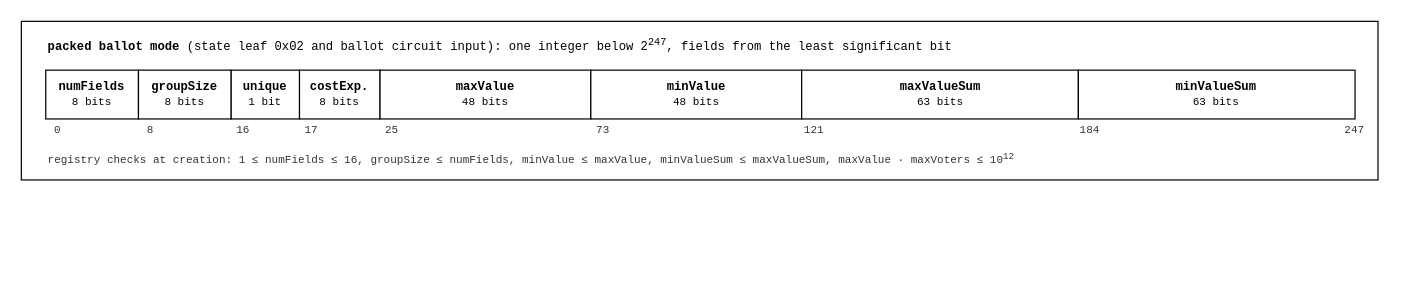
The draw.io diagram v2/figures/ballot-mode-packing.drawio in vocdoni/davinci-paper, before the edit. Source tidied: cells renumbered, new cells numbered last; positions are measured from the earlier drawing's top-left corner, leaving out a move shared by most shapes. Both pictures are drawn from the tidied source at 122%, with x=0, y=0 at pixel (21, 21).
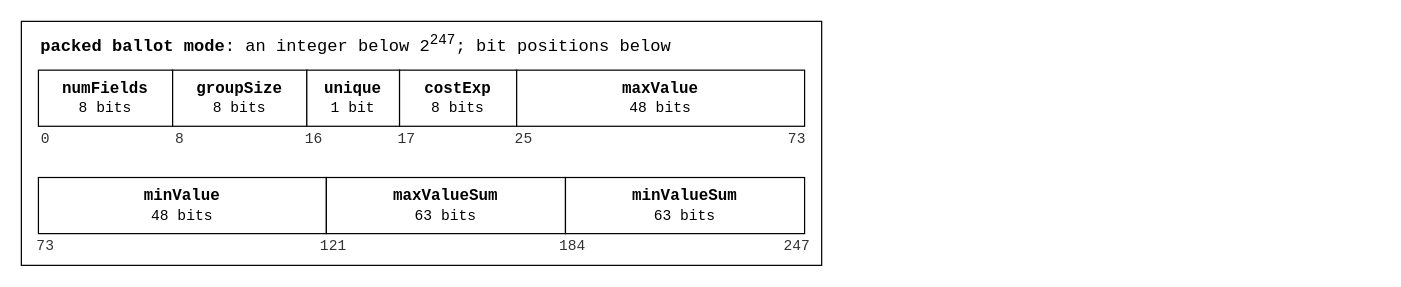
The same diagram, later.

Diff of the diagram source:
```diff
@@
+    <mxCell id="21" style="rounded=0;whiteSpace=wrap;html=1;fontSize=11;fillColor=none;strokeColor=#000000;fontFamily=Courier New;verticalAlign=top;align=center;spacingTop=4;spacingLeft=6;fontStyle=1;" parent="1" vertex="1">
+      <mxGeometry width="656" height="200" as="geometry" />
+    </mxCell>
-    <mxCell id="2" style="rounded=0;whiteSpace=wrap;html=1;fontSize=11;fillColor=none;strokeColor=#000000;fontFamily=Courier New;verticalAlign=top;align=center;spacingTop=4;spacingLeft=6;fontStyle=1;" parent="1" vertex="1">
-      <mxGeometry width="1112" height="130" as="geometry" />
+    <mxCell id="2" value="&lt;b&gt;packed ballot mode&lt;/b&gt;: an integer below 2&lt;sup&gt;247&lt;/sup&gt;; bit positions below" style="text;html=1;whiteSpace=wrap;fontSize=14;fontFamily=Courier New;align=left;verticalAlign=middle;fontColor=#000000;" parent="1" vertex="1">
+      <mxGeometry x="14" y="6" width="640" height="26" as="geometry" />
     </mxCell>
-    <mxCell id="3" value="&lt;b&gt;numFields&lt;/b&gt;&lt;br&gt;&lt;font style='font-size:9px'&gt;8 bits&lt;/font&gt;" style="rounded=0;whiteSpace=wrap;html=1;fontSize=10;fillColor=#ffffff;strokeColor=#000000;fontFamily=Courier New;align=center;verticalAlign=middle;" parent="1" vertex="1">
-      <mxGeometry x="20" y="40" width="76" height="40" as="geometry" />
+    <mxCell id="3" value="&lt;b&gt;numFields&lt;/b&gt;&lt;br&gt;&lt;font style='font-size:12px'&gt;8 bits&lt;/font&gt;" style="rounded=0;whiteSpace=wrap;html=1;fontSize=13;fillColor=#ffffff;strokeColor=#000000;fontFamily=Courier New;align=center;verticalAlign=middle;" parent="1" vertex="1">
+      <mxGeometry x="14" y="40" width="110" height="46" as="geometry" />
     </mxCell>
-    <mxCell id="4" value="0" style="text;html=1;whiteSpace=wrap;fontSize=9;fontFamily=Courier New;align=center;verticalAlign=middle;fontColor=#333333;" parent="1" vertex="1">
-      <mxGeometry x="10" y="82" width="40" height="16" as="geometry" />
+    <mxCell id="4" value="0" style="text;html=1;whiteSpace=wrap;fontSize=12;fontFamily=Courier New;align=center;verticalAlign=middle;fontColor=#333333;" parent="1" vertex="1">
+      <mxGeometry y="88" width="40" height="18" as="geometry" />
     </mxCell>
-    <mxCell id="5" value="&lt;b&gt;groupSize&lt;/b&gt;&lt;br&gt;&lt;font style='font-size:9px'&gt;8 bits&lt;/font&gt;" style="rounded=0;whiteSpace=wrap;html=1;fontSize=10;fillColor=#ffffff;strokeColor=#000000;fontFamily=Courier New;align=center;verticalAlign=middle;" parent="1" vertex="1">
-      <mxGeometry x="96" y="40" width="76" height="40" as="geometry" />
+    <mxCell id="5" value="&lt;b&gt;groupSize&lt;/b&gt;&lt;br&gt;&lt;font style='font-size:12px'&gt;8 bits&lt;/font&gt;" style="rounded=0;whiteSpace=wrap;html=1;fontSize=13;fillColor=#ffffff;strokeColor=#000000;fontFamily=Courier New;align=center;verticalAlign=middle;" parent="1" vertex="1">
+      <mxGeometry x="124" y="40" width="110" height="46" as="geometry" />
     </mxCell>
-    <mxCell id="6" value="8" style="text;html=1;whiteSpace=wrap;fontSize=9;fontFamily=Courier New;align=center;verticalAlign=middle;fontColor=#333333;" parent="1" vertex="1">
-      <mxGeometry x="86" y="82" width="40" height="16" as="geometry" />
+    <mxCell id="6" value="8" style="text;html=1;whiteSpace=wrap;fontSize=12;fontFamily=Courier New;align=center;verticalAlign=middle;fontColor=#333333;" parent="1" vertex="1">
+      <mxGeometry x="110" y="88" width="40" height="18" as="geometry" />
     </mxCell>
-    <mxCell id="7" value="&lt;b&gt;unique&lt;/b&gt;&lt;br&gt;&lt;font style='font-size:9px'&gt;1 bit&lt;/font&gt;" style="rounded=0;whiteSpace=wrap;html=1;fontSize=10;fillColor=#ffffff;strokeColor=#000000;fontFamily=Courier New;align=center;verticalAlign=middle;" parent="1" vertex="1">
-      <mxGeometry x="172" y="40" width="56" height="40" as="geometry" />
+    <mxCell id="7" value="&lt;b&gt;unique&lt;/b&gt;&lt;br&gt;&lt;font style='font-size:12px'&gt;1 bit&lt;/font&gt;" style="rounded=0;whiteSpace=wrap;html=1;fontSize=13;fillColor=#ffffff;strokeColor=#000000;fontFamily=Courier New;align=center;verticalAlign=middle;" parent="1" vertex="1">
+      <mxGeometry x="234" y="40" width="76" height="46" as="geometry" />
     </mxCell>
-    <mxCell id="8" value="16" style="text;html=1;whiteSpace=wrap;fontSize=9;fontFamily=Courier New;align=center;verticalAlign=middle;fontColor=#333333;" parent="1" vertex="1">
-      <mxGeometry x="162" y="82" width="40" height="16" as="geometry" />
+    <mxCell id="8" value="16" style="text;html=1;whiteSpace=wrap;fontSize=12;fontFamily=Courier New;align=center;verticalAlign=middle;fontColor=#333333;" parent="1" vertex="1">
+      <mxGeometry x="220" y="88" width="40" height="18" as="geometry" />
     </mxCell>
-    <mxCell id="9" value="&lt;b&gt;costExp.&lt;/b&gt;&lt;br&gt;&lt;font style='font-size:9px'&gt;8 bits&lt;/font&gt;" style="rounded=0;whiteSpace=wrap;html=1;fontSize=10;fillColor=#ffffff;strokeColor=#000000;fontFamily=Courier New;align=center;verticalAlign=middle;" parent="1" vertex="1">
-      <mxGeometry x="228" y="40" width="66" height="40" as="geometry" />
+    <mxCell id="9" value="&lt;b&gt;costExp&lt;/b&gt;&lt;br&gt;&lt;font style='font-size:12px'&gt;8 bits&lt;/font&gt;" style="rounded=0;whiteSpace=wrap;html=1;fontSize=13;fillColor=#ffffff;strokeColor=#000000;fontFamily=Courier New;align=center;verticalAlign=middle;" parent="1" vertex="1">
+      <mxGeometry x="310" y="40" width="96" height="46" as="geometry" />
     </mxCell>
-    <mxCell id="10" value="17" style="text;html=1;whiteSpace=wrap;fontSize=9;fontFamily=Courier New;align=center;verticalAlign=middle;fontColor=#333333;" parent="1" vertex="1">
-      <mxGeometry x="218" y="82" width="40" height="16" as="geometry" />
+    <mxCell id="10" value="17" style="text;html=1;whiteSpace=wrap;fontSize=12;fontFamily=Courier New;align=center;verticalAlign=middle;fontColor=#333333;" parent="1" vertex="1">
+      <mxGeometry x="296" y="88" width="40" height="18" as="geometry" />
     </mxCell>
-    <mxCell id="11" value="&lt;b&gt;maxValue&lt;/b&gt;&lt;br&gt;&lt;font style='font-size:9px'&gt;48 bits&lt;/font&gt;" style="rounded=0;whiteSpace=wrap;html=1;fontSize=10;fillColor=#ffffff;strokeColor=#000000;fontFamily=Courier New;align=center;verticalAlign=middle;" parent="1" vertex="1">
-      <mxGeometry x="294" y="40" width="172.8" height="40" as="geometry" />
+    <mxCell id="11" value="&lt;b&gt;maxValue&lt;/b&gt;&lt;br&gt;&lt;font style='font-size:12px'&gt;48 bits&lt;/font&gt;" style="rounded=0;whiteSpace=wrap;html=1;fontSize=13;fillColor=#ffffff;strokeColor=#000000;fontFamily=Courier New;align=center;verticalAlign=middle;" parent="1" vertex="1">
+      <mxGeometry x="406" y="40" width="236" height="46" as="geometry" />
     </mxCell>
-    <mxCell id="12" value="25" style="text;html=1;whiteSpace=wrap;fontSize=9;fontFamily=Courier New;align=center;verticalAlign=middle;fontColor=#333333;" parent="1" vertex="1">
-      <mxGeometry x="284" y="82" width="40" height="16" as="geometry" />
+    <mxCell id="12" value="25" style="text;html=1;whiteSpace=wrap;fontSize=12;fontFamily=Courier New;align=center;verticalAlign=middle;fontColor=#333333;" parent="1" vertex="1">
+      <mxGeometry x="392" y="88" width="40" height="18" as="geometry" />
     </mxCell>
-    <mxCell id="13" value="&lt;b&gt;minValue&lt;/b&gt;&lt;br&gt;&lt;font style='font-size:9px'&gt;48 bits&lt;/font&gt;" style="rounded=0;whiteSpace=wrap;html=1;fontSize=10;fillColor=#ffffff;strokeColor=#000000;fontFamily=Courier New;align=center;verticalAlign=middle;" parent="1" vertex="1">
-      <mxGeometry x="466.8" y="40" width="172.8" height="40" as="geometry" />
+    <mxCell id="13" value="73" style="text;html=1;whiteSpace=wrap;fontSize=12;fontFamily=Courier New;align=center;verticalAlign=middle;fontColor=#333333;" parent="1" vertex="1">
+      <mxGeometry x="616" y="88" width="40" height="18" as="geometry" />
     </mxCell>
-    <mxCell id="14" value="73" style="text;html=1;whiteSpace=wrap;fontSize=9;fontFamily=Courier New;align=center;verticalAlign=middle;fontColor=#333333;" parent="1" vertex="1">
-      <mxGeometry x="456.8" y="82" width="40" height="16" as="geometry" />
+    <mxCell id="14" value="&lt;b&gt;minValue&lt;/b&gt;&lt;br&gt;&lt;font style='font-size:12px'&gt;48 bits&lt;/font&gt;" style="rounded=0;whiteSpace=wrap;html=1;fontSize=13;fillColor=#ffffff;strokeColor=#000000;fontFamily=Courier New;align=center;verticalAlign=middle;" parent="1" vertex="1">
+      <mxGeometry x="14" y="128" width="236" height="46" as="geometry" />
     </mxCell>
-    <mxCell id="15" value="&lt;b&gt;maxValueSum&lt;/b&gt;&lt;br&gt;&lt;font style='font-size:9px'&gt;63 bits&lt;/font&gt;" style="rounded=0;whiteSpace=wrap;html=1;fontSize=10;fillColor=#ffffff;strokeColor=#000000;fontFamily=Courier New;align=center;verticalAlign=middle;" parent="1" vertex="1">
-      <mxGeometry x="639.6" y="40" width="226.8" height="40" as="geometry" />
+    <mxCell id="15" value="73" style="text;html=1;whiteSpace=wrap;fontSize=12;fontFamily=Courier New;align=center;verticalAlign=middle;fontColor=#333333;" parent="1" vertex="1">
+      <mxGeometry y="176" width="40" height="18" as="geometry" />
     </mxCell>
-    <mxCell id="16" value="121" style="text;html=1;whiteSpace=wrap;fontSize=9;fontFamily=Courier New;align=center;verticalAlign=middle;fontColor=#333333;" parent="1" vertex="1">
-      <mxGeometry x="629.6" y="82" width="40" height="16" as="geometry" />
+    <mxCell id="16" value="&lt;b&gt;maxValueSum&lt;/b&gt;&lt;br&gt;&lt;font style='font-size:12px'&gt;63 bits&lt;/font&gt;" style="rounded=0;whiteSpace=wrap;html=1;fontSize=13;fillColor=#ffffff;strokeColor=#000000;fontFamily=Courier New;align=center;verticalAlign=middle;" parent="1" vertex="1">
+      <mxGeometry x="250" y="128" width="196" height="46" as="geometry" />
     </mxCell>
-    <mxCell id="17" value="&lt;b&gt;minValueSum&lt;/b&gt;&lt;br&gt;&lt;font style='font-size:9px'&gt;63 bits&lt;/font&gt;" style="rounded=0;whiteSpace=wrap;html=1;fontSize=10;fillColor=#ffffff;strokeColor=#000000;fontFamily=Courier New;align=center;verticalAlign=middle;" parent="1" vertex="1">
-      <mxGeometry x="866.4" y="40" width="226.8" height="40" as="geometry" />
+    <mxCell id="17" value="121" style="text;html=1;whiteSpace=wrap;fontSize=12;fontFamily=Courier New;align=center;verticalAlign=middle;fontColor=#333333;" parent="1" vertex="1">
+      <mxGeometry x="236" y="176" width="40" height="18" as="geometry" />
     </mxCell>
-    <mxCell id="18" value="184" style="text;html=1;whiteSpace=wrap;fontSize=9;fontFamily=Courier New;align=center;verticalAlign=middle;fontColor=#333333;" parent="1" vertex="1">
-      <mxGeometry x="856.4" y="82" width="40" height="16" as="geometry" />
+    <mxCell id="18" value="&lt;b&gt;minValueSum&lt;/b&gt;&lt;br&gt;&lt;font style='font-size:12px'&gt;63 bits&lt;/font&gt;" style="rounded=0;whiteSpace=wrap;html=1;fontSize=13;fillColor=#ffffff;strokeColor=#000000;fontFamily=Courier New;align=center;verticalAlign=middle;" parent="1" vertex="1">
+      <mxGeometry x="446" y="128" width="196" height="46" as="geometry" />
     </mxCell>
-    <mxCell id="19" value="247" style="text;html=1;whiteSpace=wrap;fontSize=9;fontFamily=Courier New;align=center;verticalAlign=middle;fontColor=#333333;" parent="1" vertex="1">
-      <mxGeometry x="1073.2" y="82" width="40" height="16" as="geometry" />
+    <mxCell id="19" value="184" style="text;html=1;whiteSpace=wrap;fontSize=12;fontFamily=Courier New;align=center;verticalAlign=middle;fontColor=#333333;" parent="1" vertex="1">
+      <mxGeometry x="432" y="176" width="40" height="18" as="geometry" />
     </mxCell>
-    <mxCell id="20" value="&lt;b&gt;packed ballot mode&lt;/b&gt; (state leaf 0x02 and ballot circuit input): one integer below 2&lt;sup&gt;247&lt;/sup&gt;, fields from the least significant bit" style="text;html=1;whiteSpace=wrap;fontSize=10;fontFamily=Courier New;align=left;verticalAlign=middle;fontColor=#000000;" parent="1" vertex="1">
-      <mxGeometry x="20" y="8" width="960" height="24" as="geometry" />
+    <mxCell id="20" value="247" style="text;html=1;whiteSpace=wrap;fontSize=12;fontFamily=Courier New;align=center;verticalAlign=middle;fontColor=#333333;" parent="1" vertex="1">
+      <mxGeometry x="616" y="176" width="40" height="18" as="geometry" />
     </mxCell>
-    <mxCell id="21" value="registry checks at creation: 1 &amp;le; numFields &amp;le; 16, groupSize &amp;le; numFields, minValue &amp;le; maxValue, minValueSum &amp;le; maxValueSum, maxValue &amp;middot; maxVoters &amp;le; 10&lt;sup&gt;12&lt;/sup&gt;" style="text;html=1;whiteSpace=wrap;fontSize=9;fontFamily=Courier New;align=left;verticalAlign=middle;fontColor=#333333;" parent="1" vertex="1">
-      <mxGeometry x="20" y="102" width="960" height="22" as="geometry" />
-    </mxCell>
```
